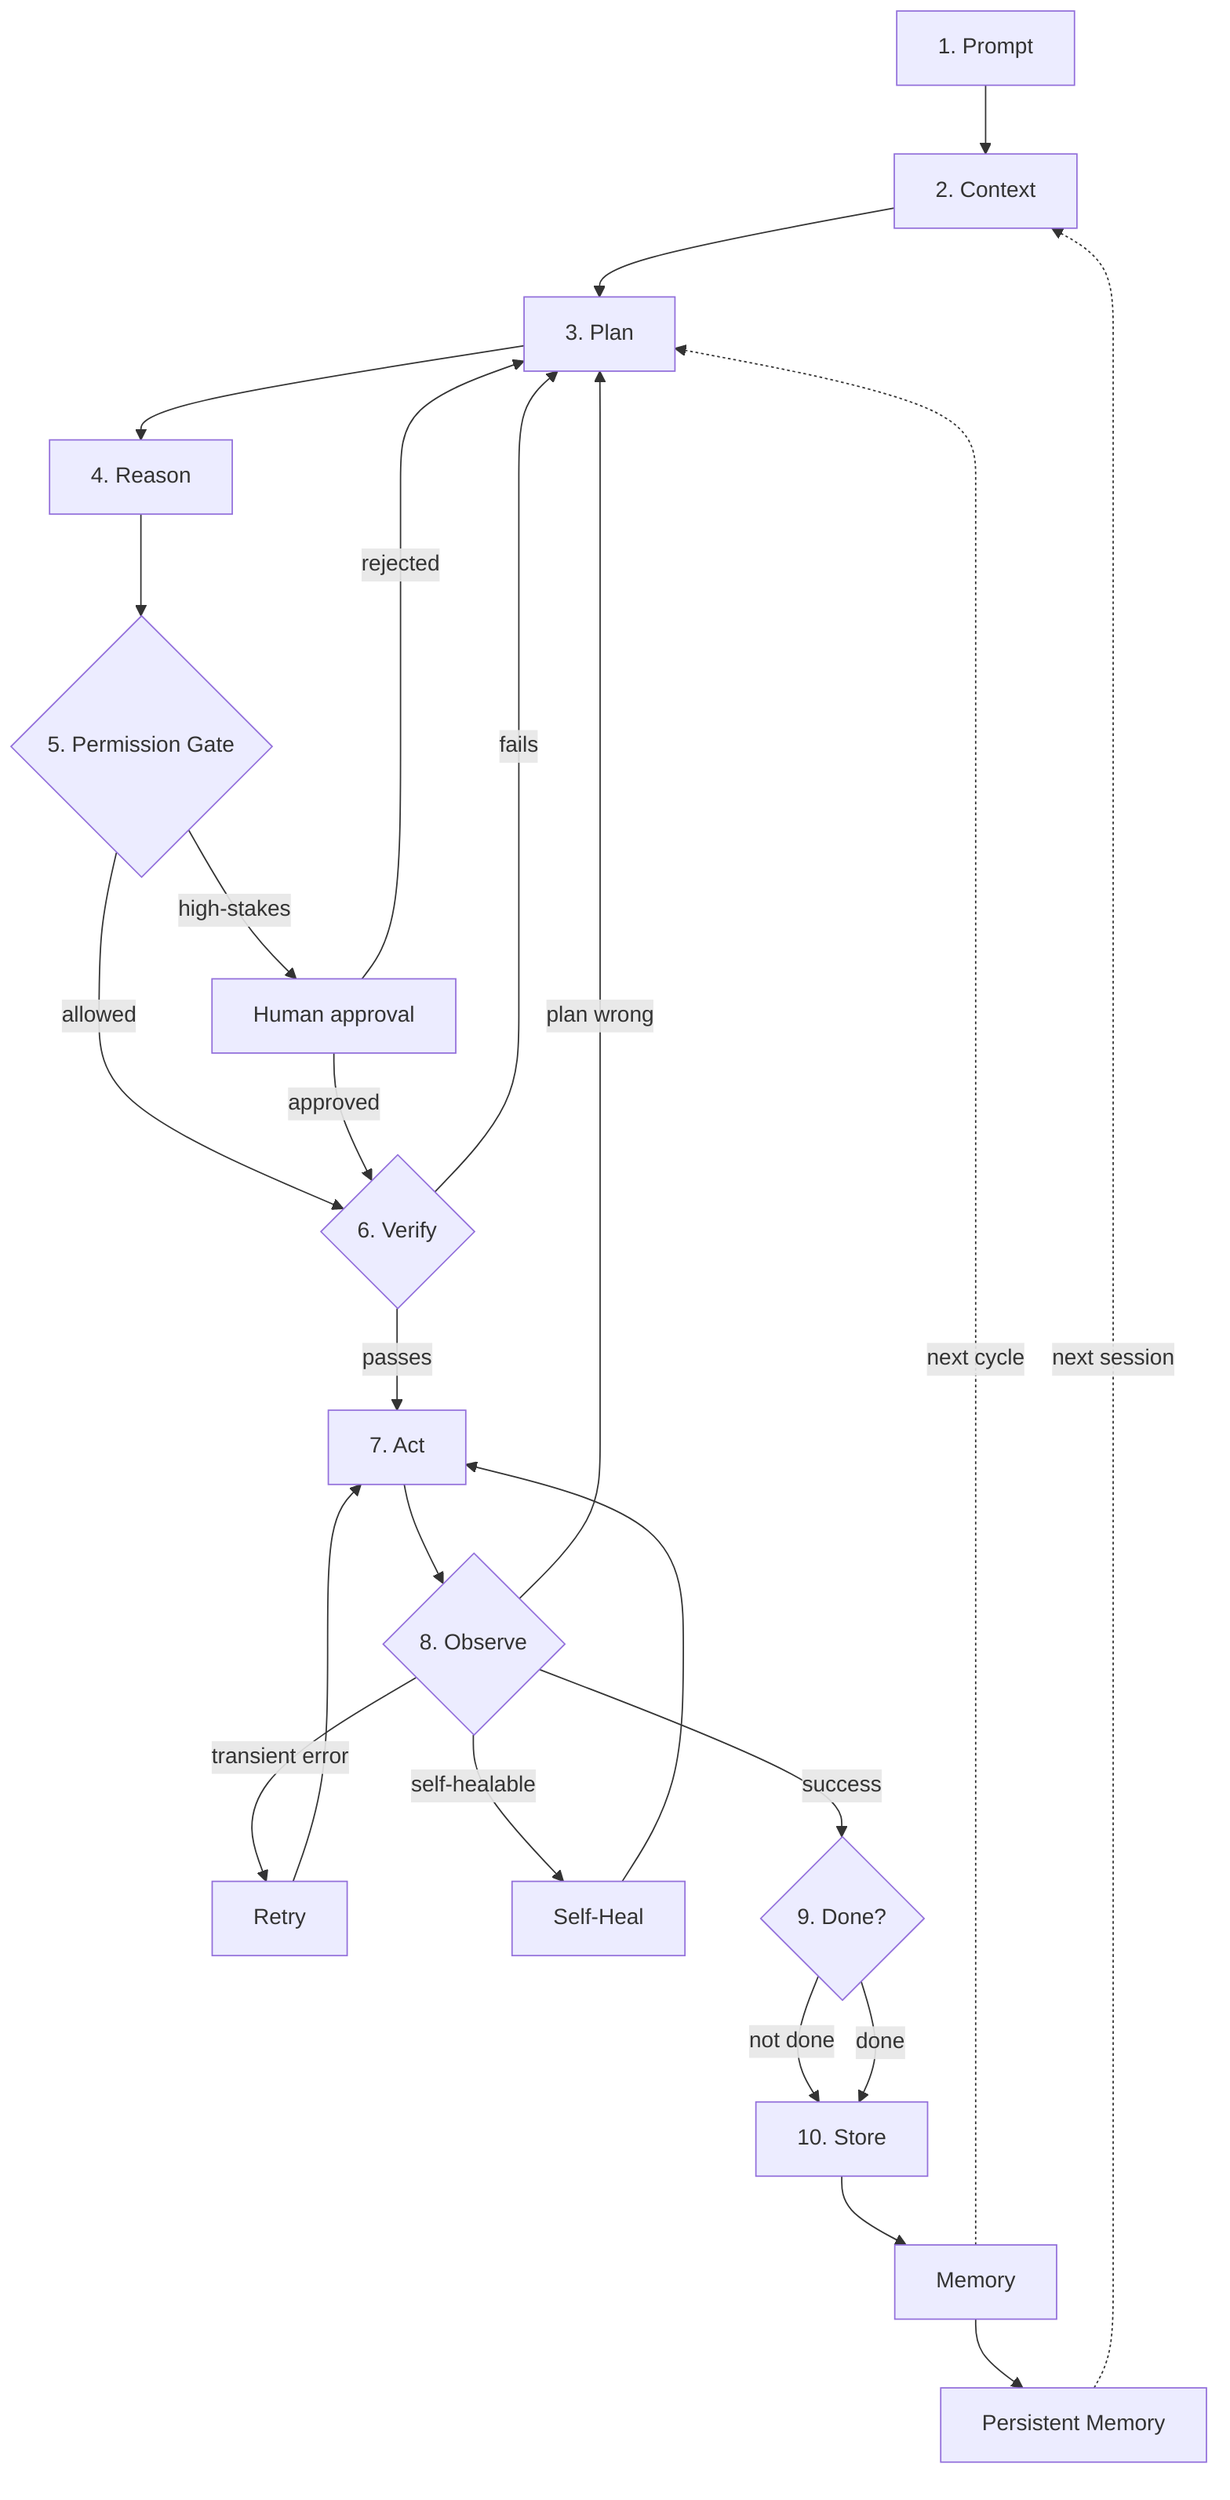
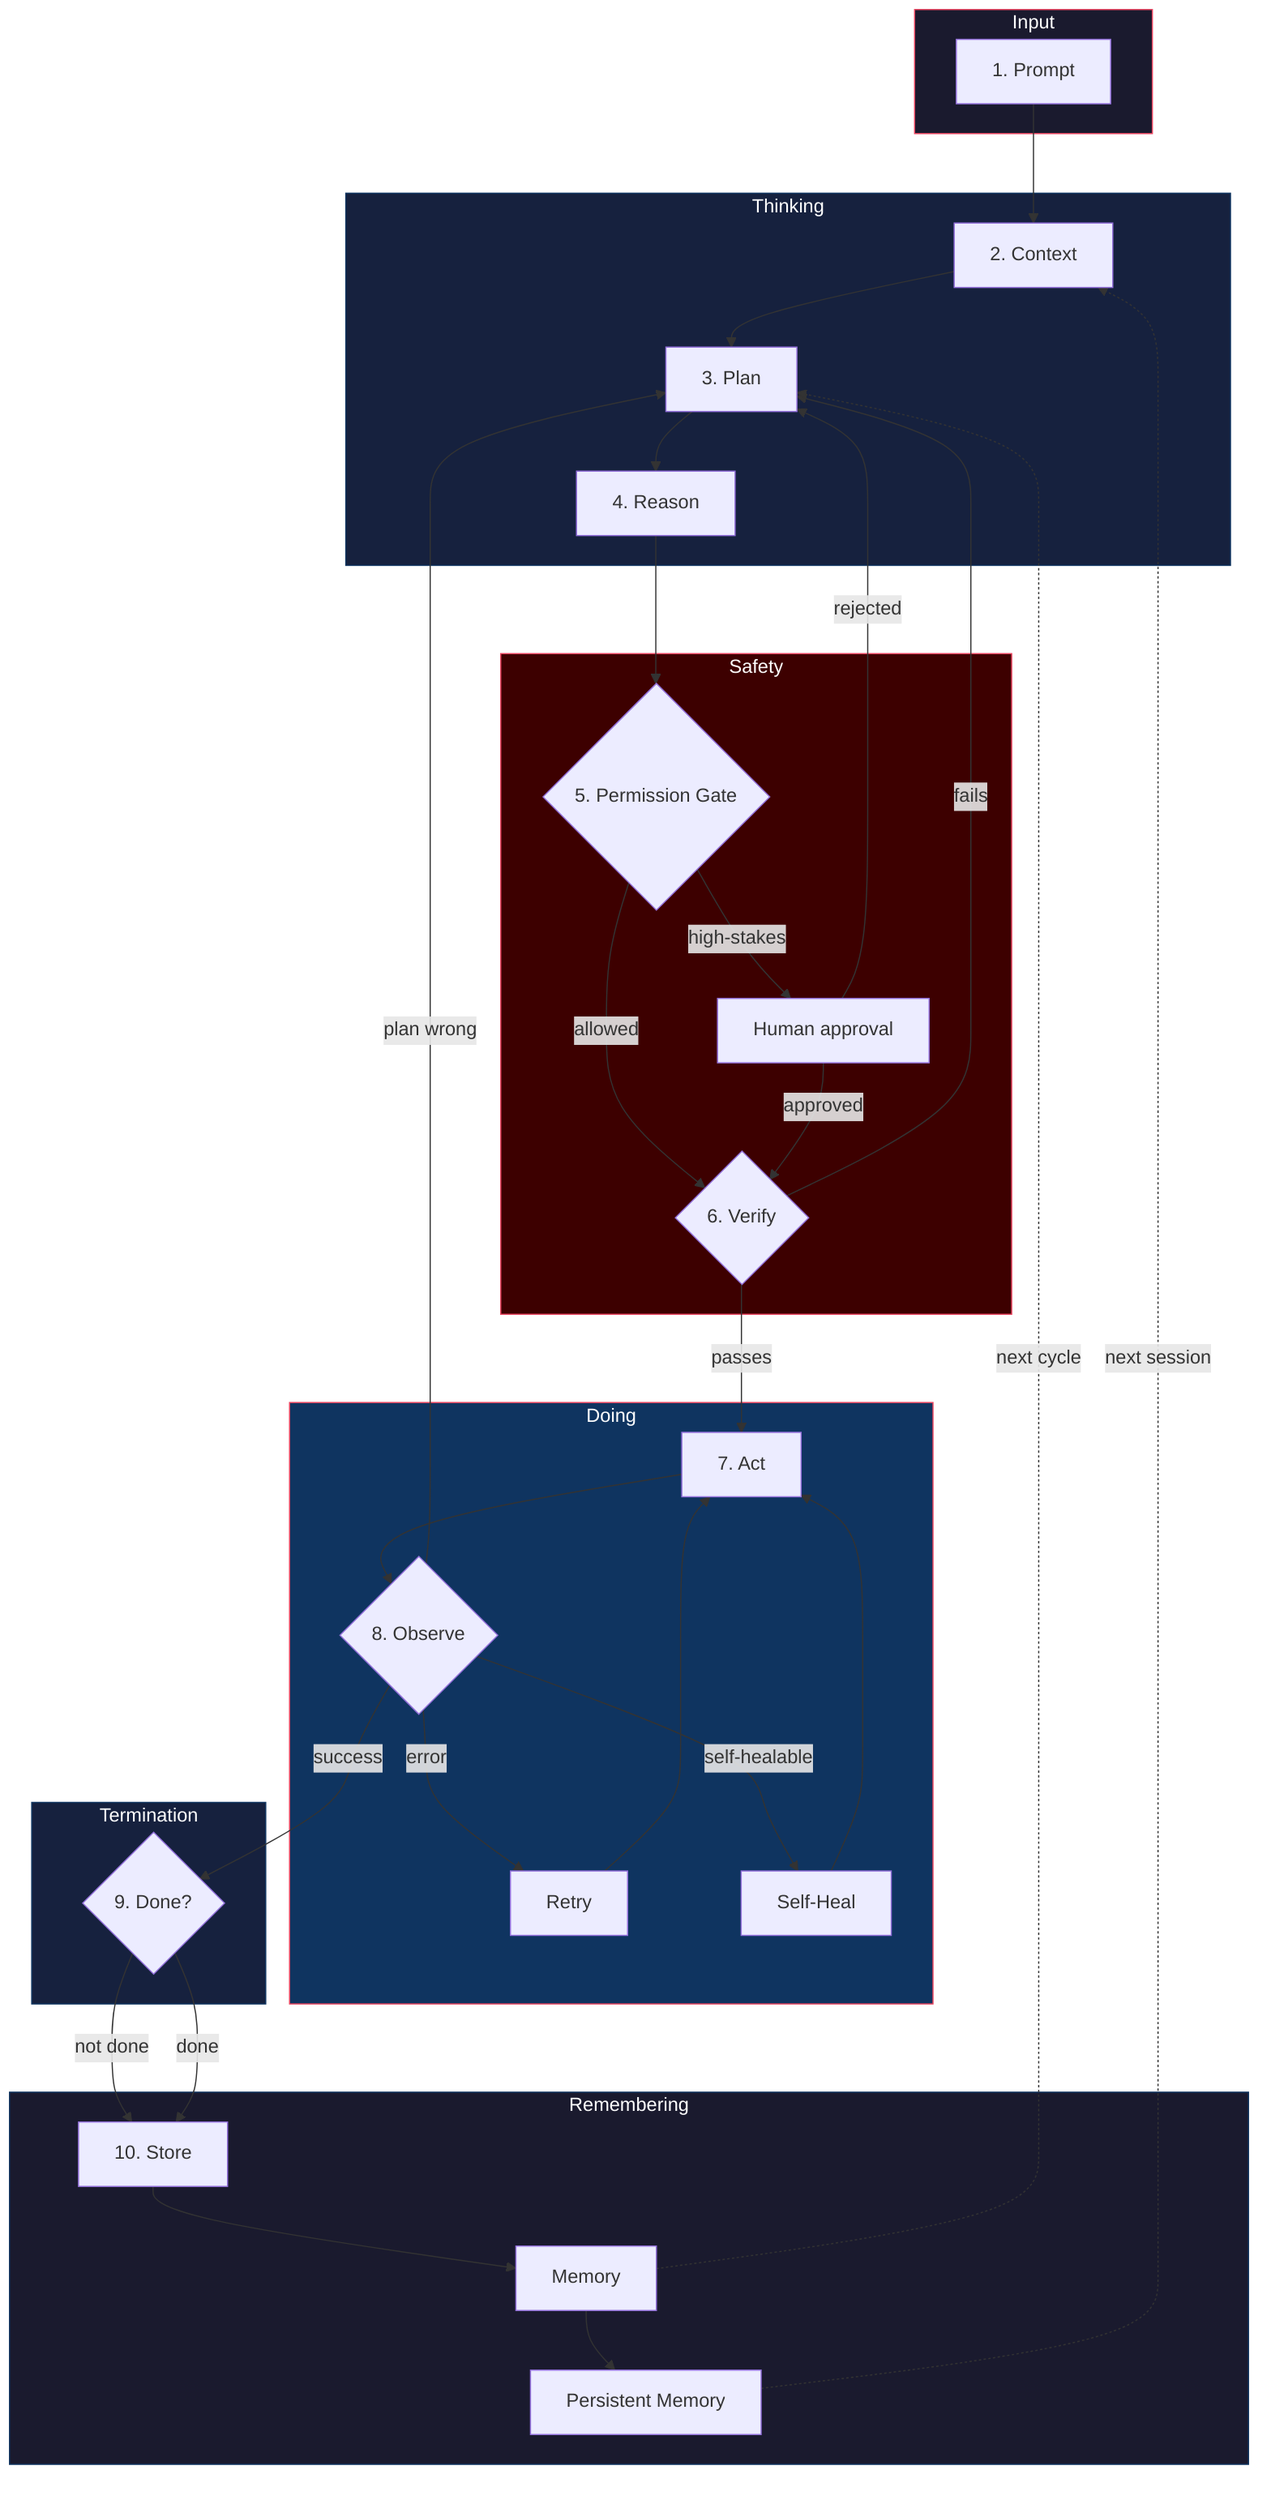
flowchart TD
-     A["1. Prompt"] --> B["2. Context"] --> C["3. Plan"] --> D["4. Reason"] --> E{"5. Permission Gate"}
-     E -->|allowed| V{"6. Verify"}
-     E -->|high-stakes| HITL["Human approval"]
+     subgraph INPUT["Input"]
+         A["1. Prompt"]
+     end
+ 
+     subgraph THINK["Thinking"]
+         B["2. Context"]
+         C["3. Plan"]
+         D["4. Reason"]
+     end
+ 
+     subgraph SAFETY["Safety"]
+         E{"5. Permission Gate"}
+         HITL["Human approval"]
+         V{"6. Verify"}
+     end
+ 
+     subgraph DO["Doing"]
+         F["7. Act"]
+         G{"8. Observe"}
+         RETRY["Retry"]
+         SH["Self-Heal"]
+     end
+ 
+     subgraph CHECK["Termination"]
+         H{"9. Done?"}
+     end
+ 
+     subgraph REMEMBER["Remembering"]
+         I["10. Store"]
+         J["Memory"]
+         PM["Persistent Memory"]
+     end
+ 
+     A --> B --> C --> D --> E
+     E -->|allowed| V
+     E -->|high-stakes| HITL
    HITL -->|approved| V
    HITL -->|rejected| C
-     V -->|passes| F["7. Act"]
+     V -->|passes| F
    V -->|fails| C
-     F --> G{"8. Observe"}
-     G -->|transient error| RETRY["Retry"] --> F
+     F --> G
+     G -->|error| RETRY
+     RETRY --> F
    G -->|plan wrong| C
-     G -->|self-healable| SH["Self-Heal"] --> F
-     G -->|success| H{"9. Done?"}
-     H -->|not done| I["10. Store"] --> J["Memory"]
+     G -->|self-healable| SH
+     SH --> F
+     G -->|success| H
+     H -->|not done| I
    H -->|done| I
-     J --> PM["Persistent Memory"]
+     I --> J
+     J --> PM
    PM -.next session.-> B
    J -.next cycle.-> C
+ 
+     style INPUT fill:#1a1a2e,color:#fff,stroke:#e94560
+     style THINK fill:#16213e,color:#fff,stroke:#0f3460
+     style SAFETY fill:#3d0000,color:#fff,stroke:#e94560
+     style DO fill:#0f3460,color:#fff,stroke:#e94560
+     style CHECK fill:#16213e,color:#fff,stroke:#0f3460
+     style REMEMBER fill:#1a1a2e,color:#fff,stroke:#0f3460
